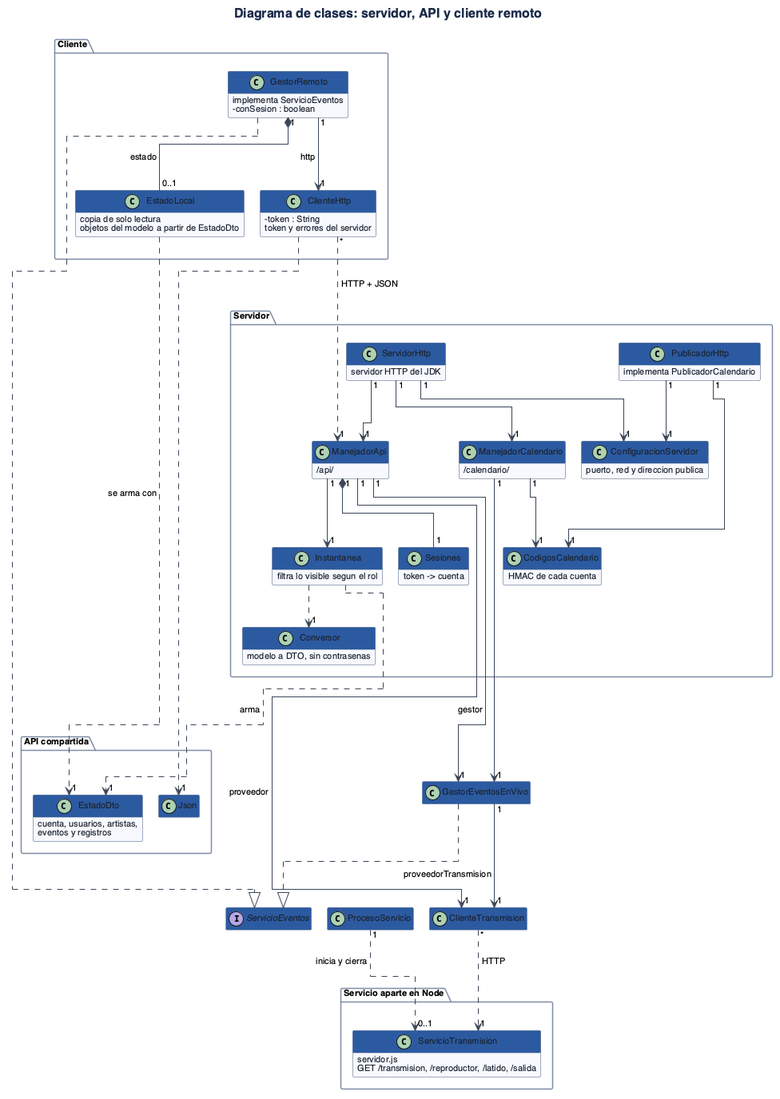
This is TP/Grupo9_POO_Diagramas_Pdf/imagenes/clases-red.png from lferraro1103/Proceso-de-desarrollo-de-sosftware, a PlantUML export, as it was before one commit.
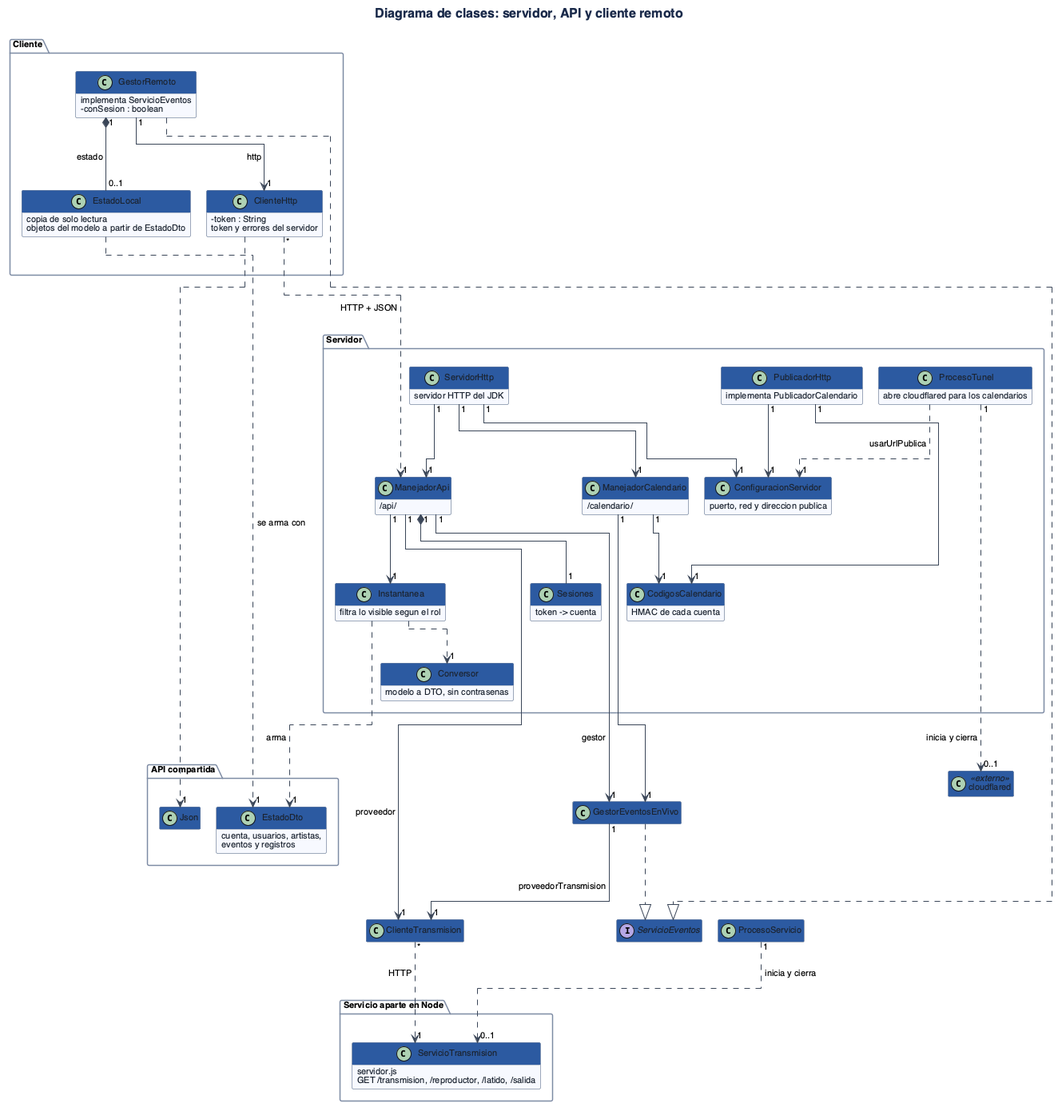
The same file after the commit.

Diff of the diagram source:
```diff
@@ -53,6 +53,9 @@
   class ConfiguracionServidor {
     puerto, red y direccion publica
   }
+  class ProcesoTunel {
+    abre cloudflared para los calendarios
+  }
 }
 
 package "Servicio aparte en Node" {
@@ -66,6 +69,7 @@
 class GestorEventosEnVivo
 class ClienteTransmision
 class ProcesoServicio
+class "cloudflared" as Cloudflared <<externo>>
 
 GestorRemoto ..|> ServicioEventos
 GestorEventosEnVivo ..|> ServicioEventos
@@ -90,4 +94,6 @@
 GestorEventosEnVivo "1" --> "1" ClienteTransmision : proveedorTransmision
 ClienteTransmision "*" ..> "1" ServicioTransmision : HTTP
 ProcesoServicio "1" ..> "0..1" ServicioTransmision : inicia y cierra
+ProcesoTunel ..> "1" ConfiguracionServidor : usarUrlPublica
+ProcesoTunel "1" ..> "0..1" Cloudflared : inicia y cierra
 @enduml
```
